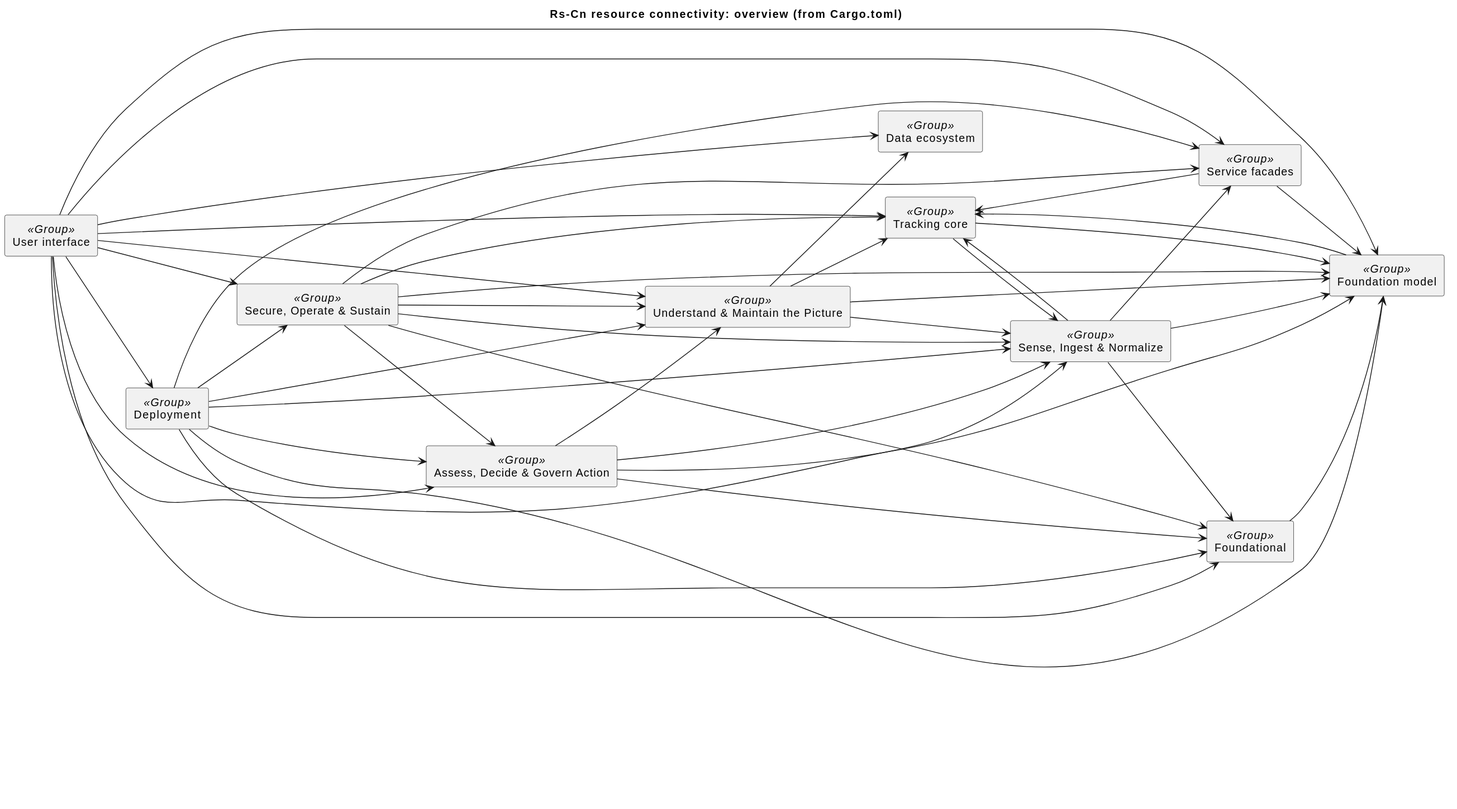
The PlantUML diagram docs/architecture/uaf/rendered/resources/Rs-Cn-overview.svg in WayneRoessling/gungnir, before a commit. Source of this version:
```plantuml
@startuml
title Rs-Cn resource connectivity: overview (from Cargo.toml)
!pragma layout smetana
skinparam componentStyle rectangle
left to right direction
component "Tracking core" as tracking_core <<Group>> [[Rs-Cn-tracking-core.svg]]
component "Foundation model" as foundation_model <<Group>> [[Rs-Cn-foundation-model.svg]]
component "Service facades" as service_facades <<Group>> [[Rs-Cn-service-facades.svg]]
component "Data ecosystem" as data_ecosystem <<Group>> [[Rs-Cn-data-ecosystem.svg]]
component "Deployment" as deployment <<Group>> [[Rs-Cn-deployment.svg]]
component "User interface" as user_interface <<Group>> [[Rs-Cn-user-interface.svg]]
component "Foundational" as foundational <<Group>> [[Rs-Cn-foundational.svg]]
component "Sense, Ingest & Normalize" as sense_ingest_normalize <<Group>> [[Rs-Cn-sense-ingest-normalize.svg]]
component "Understand & Maintain the Picture" as understand_maintain_the_picture <<Group>> [[Rs-Cn-understand-maintain-the-picture.svg]]
component "Assess, Decide & Govern Action" as assess_decide_govern_action <<Group>> [[Rs-Cn-assess-decide-govern-action.svg]]
component "Secure, Operate & Sustain" as secure_operate_sustain <<Group>> [[Rs-Cn-secure-operate-sustain.svg]]
understand_maintain_the_picture --> tracking_core
understand_maintain_the_picture --> data_ecosystem
understand_maintain_the_picture --> foundation_model
understand_maintain_the_picture --> sense_ingest_normalize
secure_operate_sustain --> foundation_model
secure_operate_sustain --> foundational
secure_operate_sustain --> service_facades
secure_operate_sustain --> understand_maintain_the_picture
user_interface --> tracking_core
user_interface --> service_facades
user_interface --> deployment
user_interface --> secure_operate_sustain
user_interface --> understand_maintain_the_picture
user_interface --> data_ecosystem
user_interface --> foundation_model
user_interface --> foundational
user_interface --> sense_ingest_normalize
user_interface --> assess_decide_govern_action
assess_decide_govern_action --> foundation_model
secure_operate_sustain --> assess_decide_govern_action
foundational --> foundation_model
assess_decide_govern_action --> understand_maintain_the_picture
tracking_core --> sense_ingest_normalize
tracking_core --> foundation_model
sense_ingest_normalize --> foundation_model
sense_ingest_normalize --> service_facades
service_facades --> tracking_core
service_facades --> foundation_model
assess_decide_govern_action --> sense_ingest_normalize
foundation_model --> tracking_core
assess_decide_govern_action --> foundational
deployment --> foundation_model
deployment --> foundational
deployment --> sense_ingest_normalize
deployment --> service_facades
deployment --> secure_operate_sustain
deployment --> assess_decide_govern_action
deployment --> understand_maintain_the_picture
secure_operate_sustain --> sense_ingest_normalize
secure_operate_sustain --> tracking_core
sense_ingest_normalize --> tracking_core
sense_ingest_normalize --> foundational
@enduml
```
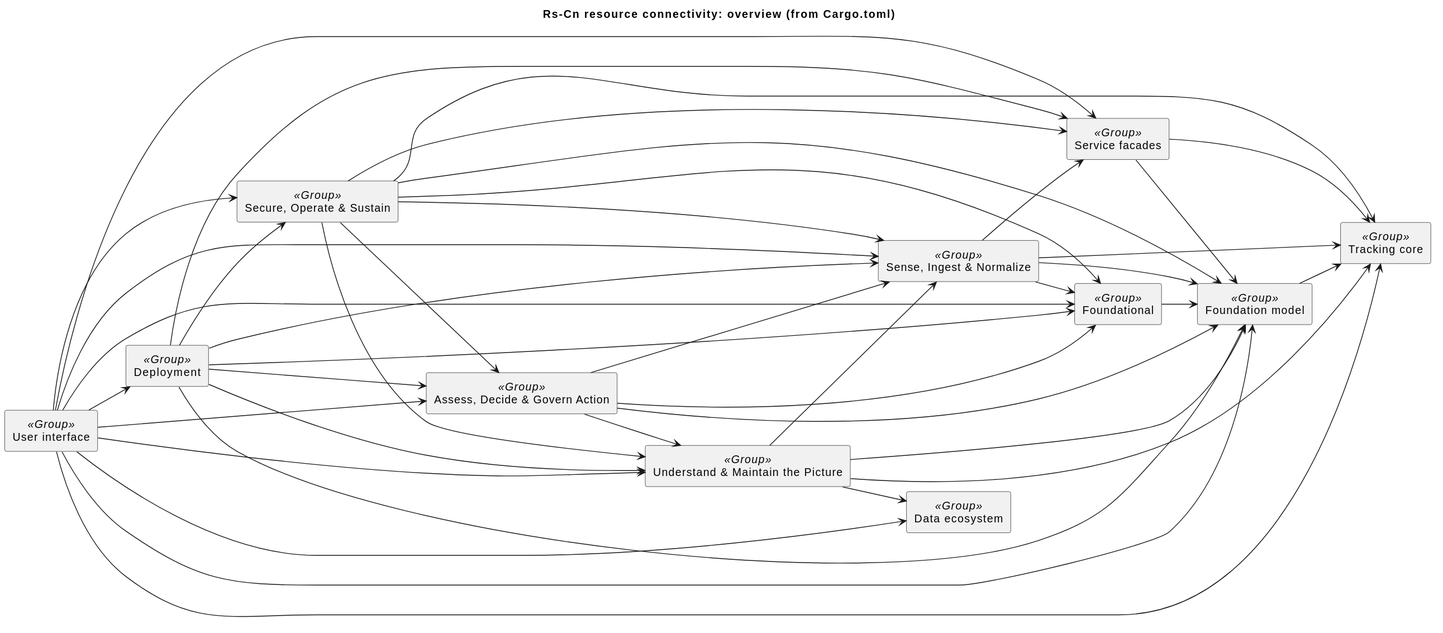
After the commit.

The edit, as a diff of the source:
```diff
@@ -36,8 +36,6 @@
 secure_operate_sustain --> assess_decide_govern_action
 foundational --> foundation_model
 assess_decide_govern_action --> understand_maintain_the_picture
-tracking_core --> sense_ingest_normalize
-tracking_core --> foundation_model
 sense_ingest_normalize --> foundation_model
 sense_ingest_normalize --> service_facades
 service_facades --> tracking_core
```
